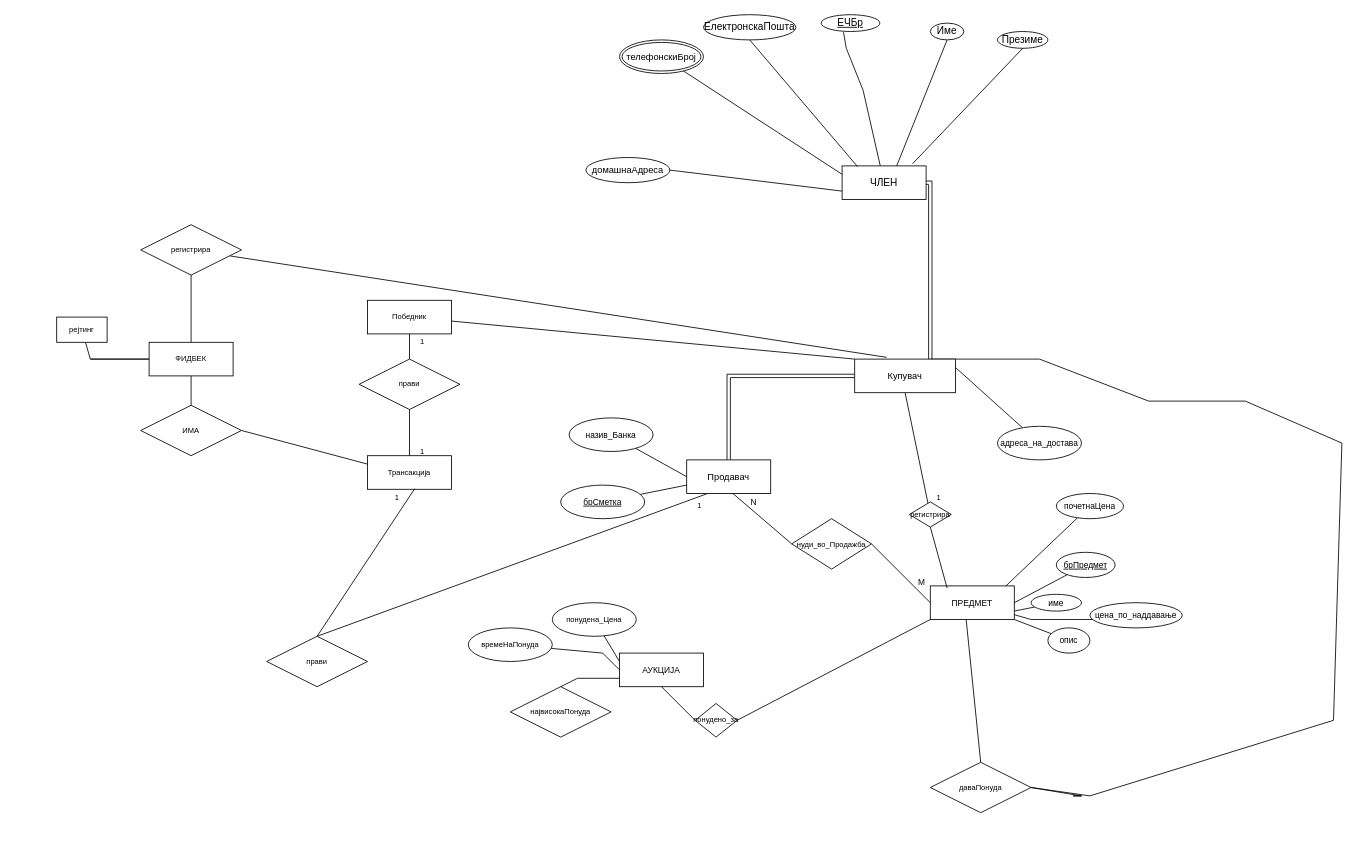
This is Untitled Diagram.drawio from teaoskakac/lab1BP, a draw.io file, before an edit. Source tidied: cells renumbered, new cells numbered last; positions are measured from the earlier drawing's top-left corner, leaving out a move shared by most shapes. Both pictures are drawn from the tidied source at 84%, with x=0, y=0 at pixel (56, 14).
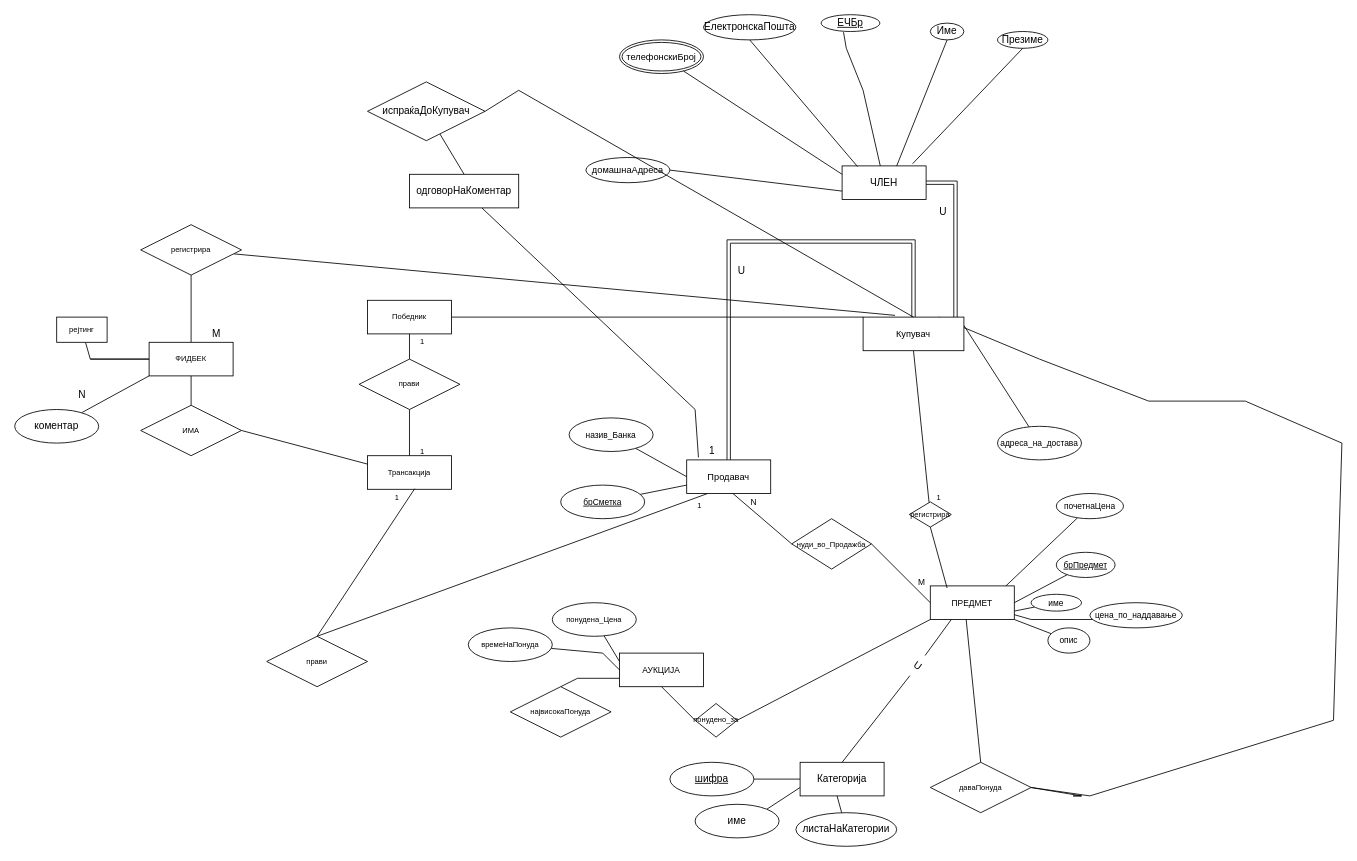
After the change.

The change refers to these unchanged cells:
```xml
<mxCell id="3" value="ЧЛЕН" style="whiteSpace=wrap;html=1;align=center;" parent="1" vertex="1">
  <mxGeometry x="935" y="180" width="100" height="40" as="geometry" />
</mxCell>
<mxCell id="11" value="Продавач" style="whiteSpace=wrap;html=1;align=center;fontSize=11;" parent="1" vertex="1">
  <mxGeometry x="750" y="530" width="100" height="40" as="geometry" />
</mxCell>
<mxCell id="19" value="ПРЕДМЕТ" style="whiteSpace=wrap;html=1;align=center;fontSize=10;" parent="1" vertex="1">
  <mxGeometry x="1040" y="680" width="100" height="40" as="geometry" />
</mxCell>
<mxCell id="75" value="ФИДБЕК" style="whiteSpace=wrap;html=1;align=center;fontSize=9;" parent="1" vertex="1">
  <mxGeometry x="110" y="390" width="100" height="40" as="geometry" />
</mxCell>
```

Change to the diagram source:
```diff
@@
     <mxCell id="2" style="edgeStyle=orthogonalEdgeStyle;shape=link;rounded=0;jettySize=auto;html=1;fontSize=11;startArrow=none;" parent="1" edge="1" source="59" target="11">
-      <mxGeometry relative="1" as="geometry" />
+      <mxGeometry relative="1" as="geometry">
+        <Array as="points">
+          <mxPoint x="1020" y="270" />
+          <mxPoint x="800" y="270" />
+        </Array>
+      </mxGeometry>
     </mxCell>
@@
     <mxCell id="59" value="Купувач" style="whiteSpace=wrap;html=1;align=center;fontSize=11;" parent="1" vertex="1">
-      <mxGeometry x="950" y="410" width="120" height="40" as="geometry" />
+      <mxGeometry x="960" y="360" width="120" height="40" as="geometry" />
     </mxCell>
     <mxCell id="60" style="edgeStyle=orthogonalEdgeStyle;shape=link;rounded=0;jettySize=auto;html=1;fontSize=11;endArrow=none;" parent="1" edge="1" source="3" target="59">
       <mxGeometry relative="1" as="geometry">
         <Array as="points">
-          <mxPoint x="1040" y="430" />
-          <mxPoint x="1040" y="550" />
+          <mxPoint x="1070" y="200" />
         </Array>
       </mxGeometry>
     </mxCell>
@@
+    <mxCell id="81" style="endArrow=none;html=1;rounded=0;entryX=0.25;entryY=1;entryDx=0;entryDy=0;startArrow=none;" parent="1" edge="1" source="83" target="19">
+      <mxGeometry relative="1" as="geometry" />
+    </mxCell>
+    <mxCell id="82" style="endArrow=none;html=1;rounded=0;startArrow=none;" parent="1" edge="1" source="83">
+      <mxGeometry relative="1" as="geometry">
+        <mxPoint x="1020" y="790" as="targetPoint" />
+      </mxGeometry>
+    </mxCell>
+    <mxCell id="83" value="U" style="text;html=1;align=center;verticalAlign=middle;points=[];strokeColor=none;fillColor=none;rotation=35;" parent="1" vertex="1">
+      <mxGeometry x="1010" y="760" width="30" height="30" as="geometry" />
+    </mxCell>
+    <mxCell id="84" style="endArrow=none;html=1;rounded=0;exitX=0.5;exitY=0;exitDx=0;exitDy=0;" parent="1" edge="1" source="85" target="83">
+      <mxGeometry relative="1" as="geometry" />
+    </mxCell>
+    <mxCell id="85" value="Категорија" style="whiteSpace=wrap;html=1;align=center;" parent="1" vertex="1">
+      <mxGeometry x="885" y="890" width="100" height="40" as="geometry" />
+    </mxCell>
+    <mxCell id="86" value="U" style="text;html=1;align=center;verticalAlign=middle;strokeColor=none;fillColor=none;" parent="1" vertex="1">
+      <mxGeometry x="1040" y="220" width="30" height="30" as="geometry" />
+    </mxCell>
+    <mxCell id="87" value="U" style="text;html=1;align=center;verticalAlign=middle;strokeColor=none;fillColor=none;" parent="1" vertex="1">
+      <mxGeometry x="800" y="290" width="30" height="30" as="geometry" />
+    </mxCell>
+    <mxCell id="88" style="endArrow=none;html=1;rounded=0;entryX=0;entryY=0.5;entryDx=0;entryDy=0;exitX=1;exitY=0.5;exitDx=0;exitDy=0;" parent="1" edge="1" source="89" target="85">
+      <mxGeometry relative="1" as="geometry" />
+    </mxCell>
+    <mxCell id="89" value="&lt;u&gt;шифра&lt;/u&gt;" style="ellipse;whiteSpace=wrap;html=1;align=center;" parent="1" vertex="1">
+      <mxGeometry x="730" y="890" width="100" height="40" as="geometry" />
+    </mxCell>
+    <mxCell id="90" style="endArrow=none;html=1;rounded=0;entryX=0;entryY=0.75;entryDx=0;entryDy=0;exitX=1;exitY=0;exitDx=0;exitDy=0;" parent="1" edge="1" source="91" target="85">
+      <mxGeometry relative="1" as="geometry" />
+    </mxCell>
+    <mxCell id="91" value="име" style="ellipse;whiteSpace=wrap;html=1;align=center;" parent="1" vertex="1">
+      <mxGeometry x="760" y="940" width="100" height="40" as="geometry" />
+    </mxCell>
+    <mxCell id="92" style="endArrow=none;html=1;rounded=0;exitX=0.44;exitY=1;exitDx=0;exitDy=0;exitPerimeter=0;" parent="1" edge="1" source="85" target="93">
+      <mxGeometry relative="1" as="geometry" />
+    </mxCell>
+    <mxCell id="93" value="листаНаКатегории" style="ellipse;whiteSpace=wrap;html=1;align=center;" parent="1" vertex="1">
+      <mxGeometry x="880" y="950" width="120" height="40" as="geometry" />
+    </mxCell>
+    <mxCell id="94" style="endArrow=none;html=1;rounded=0;exitX=0;exitY=1;exitDx=0;exitDy=0;" parent="1" edge="1" source="75" target="95">
+      <mxGeometry relative="1" as="geometry" />
+    </mxCell>
+    <mxCell id="95" value="коментар" style="ellipse;whiteSpace=wrap;html=1;align=center;" parent="1" vertex="1">
+      <mxGeometry x="-50" y="470" width="100" height="40" as="geometry" />
+    </mxCell>
+    <mxCell id="96" value="&lt;div&gt;N&lt;/div&gt;&lt;div&gt;&lt;br&gt;&lt;/div&gt;" style="text;html=1;align=center;verticalAlign=middle;strokeColor=none;fillColor=none;" parent="1" vertex="1">
+      <mxGeometry x="15" y="440" width="30" height="40" as="geometry" />
+    </mxCell>
+    <mxCell id="97" value="M" style="text;html=1;align=center;verticalAlign=middle;strokeColor=none;fillColor=none;" parent="1" vertex="1">
+      <mxGeometry x="175" y="365" width="30" height="30" as="geometry" />
+    </mxCell>
+    <mxCell id="98" style="endArrow=none;html=1;rounded=0;exitX=0.14;exitY=-0.075;exitDx=0;exitDy=0;exitPerimeter=0;" parent="1" edge="1" source="11" target="99">
+      <mxGeometry relative="1" as="geometry">
+        <Array as="points">
+          <mxPoint x="760" y="470" />
+        </Array>
+      </mxGeometry>
+    </mxCell>
+    <mxCell id="99" value="одговорНаКоментар" style="whiteSpace=wrap;html=1;align=center;" parent="1" vertex="1">
+      <mxGeometry x="420" y="190" width="130" height="40" as="geometry" />
+    </mxCell>
+    <mxCell id="100" value="1" style="text;html=1;align=center;verticalAlign=middle;strokeColor=none;fillColor=none;" parent="1" vertex="1">
+      <mxGeometry x="765" y="505" width="30" height="30" as="geometry" />
+    </mxCell>
+    <mxCell id="101" style="endArrow=none;html=1;rounded=0;exitX=0.5;exitY=0;exitDx=0;exitDy=0;" parent="1" edge="1" source="99" target="102">
+      <mxGeometry relative="1" as="geometry" />
+    </mxCell>
+    <mxCell id="102" value="испраќаДоКупувач" style="shape=rhombus;perimeter=rhombusPerimeter;whiteSpace=wrap;html=1;align=center;" parent="1" vertex="1">
+      <mxGeometry x="370" y="80" width="140" height="70" as="geometry" />
+    </mxCell>
+    <mxCell id="103" style="endArrow=none;html=1;rounded=0;exitX=1;exitY=0.5;exitDx=0;exitDy=0;entryX=0.5;entryY=0;entryDx=0;entryDy=0;" parent="1" edge="1" source="102" target="59">
+      <mxGeometry relative="1" as="geometry">
+        <Array as="points">
+          <mxPoint x="550" y="90" />
+        </Array>
+      </mxGeometry>
+    </mxCell>
```
